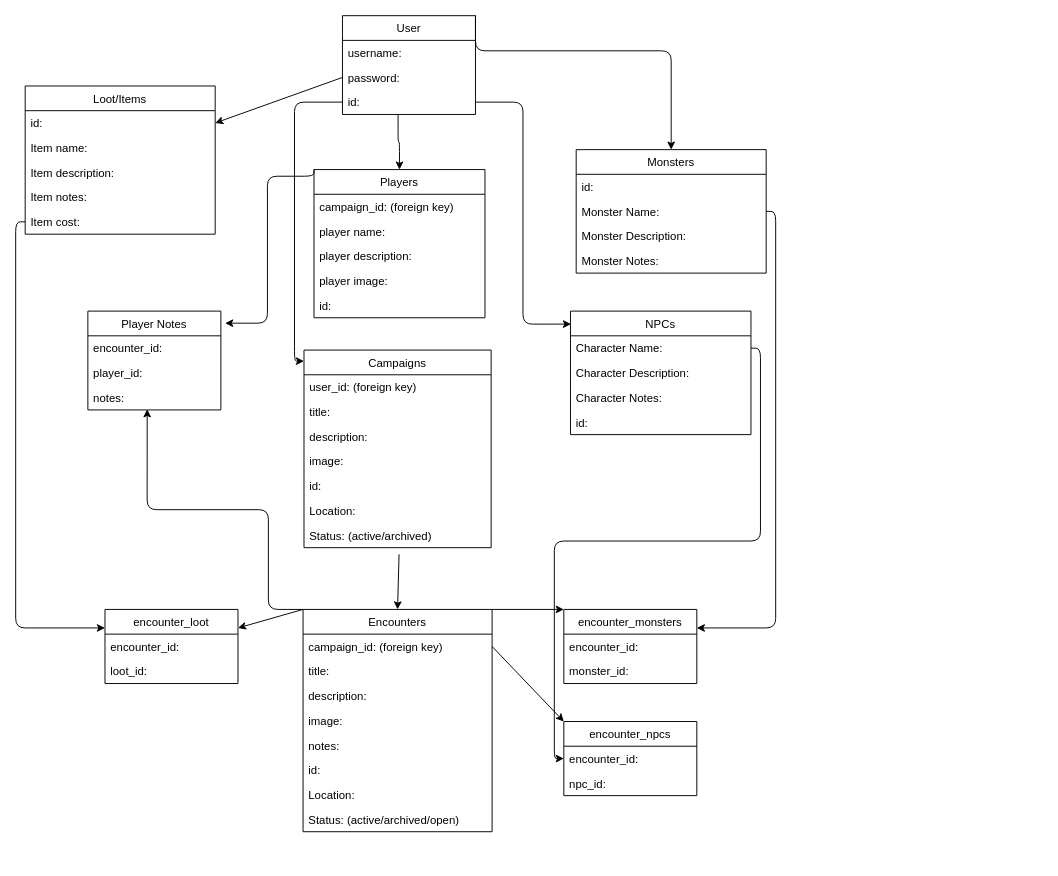
Earlier version of the draw.io diagram phase-4-project.drawio (Matt-Eva/Encounter). Source tidied: cells renumbered, new cells numbered last; positions are measured from the earlier drawing's top-left corner, leaving out a move shared by most shapes. Both pictures are drawn from the tidied source at 95%, with x=0, y=0 at pixel (25, 15).
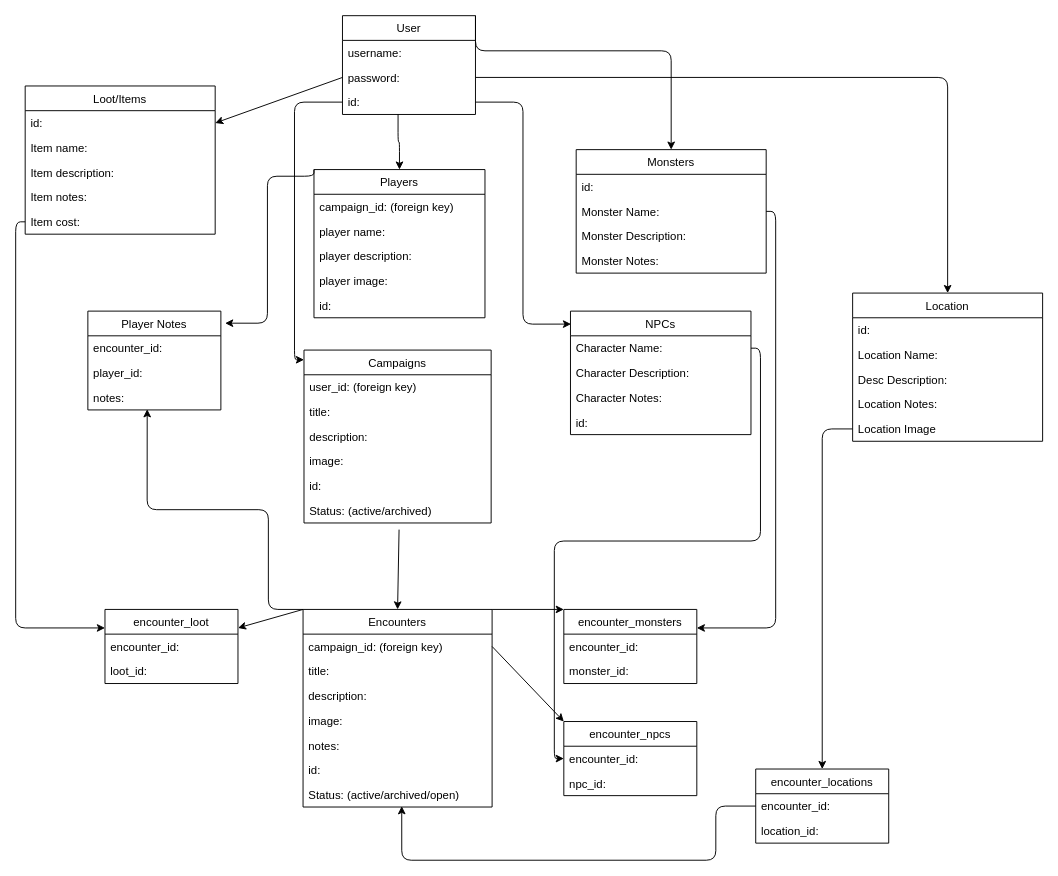
The same diagram, later.

Commit message:
completed the circuit board with location

Unchanged cells that the change refers to:
```xml
<mxCell id="5" value="password:" style="text;strokeColor=none;fillColor=none;align=left;verticalAlign=top;spacingLeft=4;spacingRight=4;overflow=hidden;points=[[0,0.5],[1,0.5]];portConstraint=eastwest;" parent="3" vertex="1">
  <mxGeometry y="52" width="140" height="26" as="geometry" />
</mxCell>
```

Diff of the diagram source:
```diff
@@
     <mxCell id="7" value="Campaigns" style="swimlane;fontStyle=0;horizontal=1;startSize=26;fillColor=none;" parent="1" vertex="1">
-      <mxGeometry x="293.5" y="352" width="197" height="208" as="geometry" />
+      <mxGeometry x="293.5" y="352" width="197" height="182" as="geometry" />
     </mxCell>
@@
-    <mxCell id="13" value="Location:" style="text;strokeColor=none;fillColor=none;align=left;verticalAlign=top;spacingLeft=4;spacingRight=4;overflow=hidden;" parent="7" vertex="1">
-      <mxGeometry y="156" width="197" height="26" as="geometry" />
-    </mxCell>
     <mxCell id="14" value="Status: (active/archived)" style="text;strokeColor=none;fillColor=none;align=left;verticalAlign=top;spacingLeft=4;spacingRight=4;overflow=hidden;points=[[0,0.5],[1,0.5]];portConstraint=eastwest;" parent="7" vertex="1">
-      <mxGeometry y="182" width="197" height="26" as="geometry" />
+      <mxGeometry y="156" width="197" height="26" as="geometry" />
     </mxCell>
@@
     <mxCell id="25" value="Encounters" style="swimlane;fontStyle=0;horizontal=1;startSize=26;fillColor=none;" parent="1" vertex="1">
-      <mxGeometry x="292.5" y="625" width="199" height="234" as="geometry" />
+      <mxGeometry x="292.5" y="625" width="199" height="208" as="geometry" />
     </mxCell>
@@
-    <mxCell id="32" value="Location:" style="text;strokeColor=none;fillColor=none;align=left;verticalAlign=top;spacingLeft=4;spacingRight=4;overflow=hidden;" parent="25" vertex="1">
-      <mxGeometry y="182" width="199" height="26" as="geometry" />
-    </mxCell>
     <mxCell id="33" value="Status: (active/archived/open)" style="text;strokeColor=none;fillColor=none;align=left;verticalAlign=top;spacingLeft=4;spacingRight=4;overflow=hidden;points=[[0,0.5],[1,0.5]];portConstraint=eastwest;" parent="25" vertex="1">
-      <mxGeometry y="208" width="199" height="26" as="geometry" />
+      <mxGeometry y="182" width="199" height="26" as="geometry" />
     </mxCell>
@@
+    <mxCell id="73" value="Location" style="swimlane;fontStyle=0;horizontal=1;startSize=26;fillColor=none;" parent="1" vertex="1">
+      <mxGeometry x="871" y="292" width="200" height="156" as="geometry" />
+    </mxCell>
+    <mxCell id="74" value="id:" style="text;strokeColor=none;fillColor=none;align=left;verticalAlign=top;spacingLeft=4;spacingRight=4;overflow=hidden;" parent="73" vertex="1">
+      <mxGeometry y="26" width="200" height="26" as="geometry" />
+    </mxCell>
+    <mxCell id="75" value="Location Name:" style="text;strokeColor=none;fillColor=none;align=left;verticalAlign=top;spacingLeft=4;spacingRight=4;overflow=hidden;" parent="73" vertex="1">
+      <mxGeometry y="52" width="200" height="26" as="geometry" />
+    </mxCell>
+    <mxCell id="76" value="Desc Description:" style="text;strokeColor=none;fillColor=none;align=left;verticalAlign=top;spacingLeft=4;spacingRight=4;overflow=hidden;" parent="73" vertex="1">
+      <mxGeometry y="78" width="200" height="26" as="geometry" />
+    </mxCell>
+    <mxCell id="77" value="Location Notes:" style="text;strokeColor=none;fillColor=none;align=left;verticalAlign=top;spacingLeft=4;spacingRight=4;overflow=hidden;" parent="73" vertex="1">
+      <mxGeometry y="104" width="200" height="26" as="geometry" />
+    </mxCell>
+    <mxCell id="78" value="Location Image" style="text;strokeColor=none;fillColor=none;align=left;verticalAlign=top;spacingLeft=4;spacingRight=4;overflow=hidden;points=[[0,0.5],[1,0.5]];portConstraint=eastwest;" parent="73" vertex="1">
+      <mxGeometry y="130" width="200" height="26" as="geometry" />
+    </mxCell>
+    <mxCell id="79" style="edgeStyle=orthogonalEdgeStyle;html=1;exitX=1;exitY=0.5;exitDx=0;exitDy=0;entryX=0.5;entryY=0;entryDx=0;entryDy=0;startArrow=none;startFill=0;" parent="1" edge="1" source="5" target="73">
+      <mxGeometry relative="1" as="geometry" />
+    </mxCell>
+    <mxCell id="80" value="encounter_locations" style="swimlane;fontStyle=0;horizontal=1;startSize=26;fillColor=none;" parent="1" vertex="1">
+      <mxGeometry x="769" y="793" width="140" height="78" as="geometry" />
+    </mxCell>
+    <mxCell id="81" value="encounter_id:" style="text;strokeColor=none;fillColor=none;align=left;verticalAlign=top;spacingLeft=4;spacingRight=4;overflow=hidden;points=[[0,0.5],[1,0.5]];portConstraint=eastwest;" parent="80" vertex="1">
+      <mxGeometry y="26" width="140" height="26" as="geometry" />
+    </mxCell>
+    <mxCell id="82" value="location_id:" style="text;strokeColor=none;fillColor=none;align=left;verticalAlign=top;spacingLeft=4;spacingRight=4;overflow=hidden;" parent="80" vertex="1">
+      <mxGeometry y="52" width="140" height="26" as="geometry" />
+    </mxCell>
+    <mxCell id="83" style="edgeStyle=orthogonalEdgeStyle;html=1;exitX=0;exitY=0.5;exitDx=0;exitDy=0;entryX=0.5;entryY=0;entryDx=0;entryDy=0;startArrow=none;startFill=0;" parent="1" edge="1" source="78" target="80">
+      <mxGeometry relative="1" as="geometry" />
+    </mxCell>
+    <mxCell id="84" style="edgeStyle=orthogonalEdgeStyle;html=1;exitX=0;exitY=0.5;exitDx=0;exitDy=0;entryX=0.522;entryY=0.968;entryDx=0;entryDy=0;entryPerimeter=0;startArrow=none;startFill=0;" parent="1" edge="1" source="81" target="33">
+      <mxGeometry relative="1" as="geometry">
+        <Array as="points">
+          <mxPoint x="727" y="832" />
+          <mxPoint x="727" y="889" />
+          <mxPoint x="396" y="889" />
+        </Array>
+      </mxGeometry>
+    </mxCell>
```
